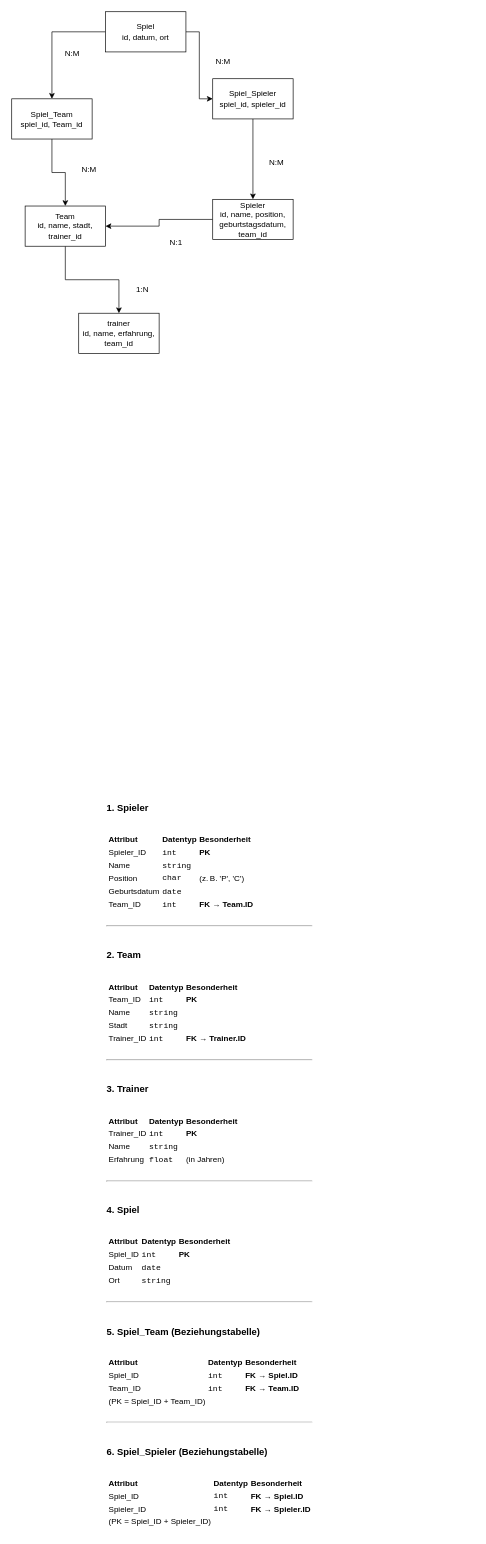
Above: KN-M-02/Unbenanntes Diagramm.drawio in noahburren/m165 (draw.io), before the change. Source tidied: cells renumbered, new cells numbered last; positions are measured from the earlier drawing's top-left corner, leaving out a move shared by most shapes. Both pictures are drawn from the tidied source at 67%, with x=0, y=0 at pixel (11, 11).
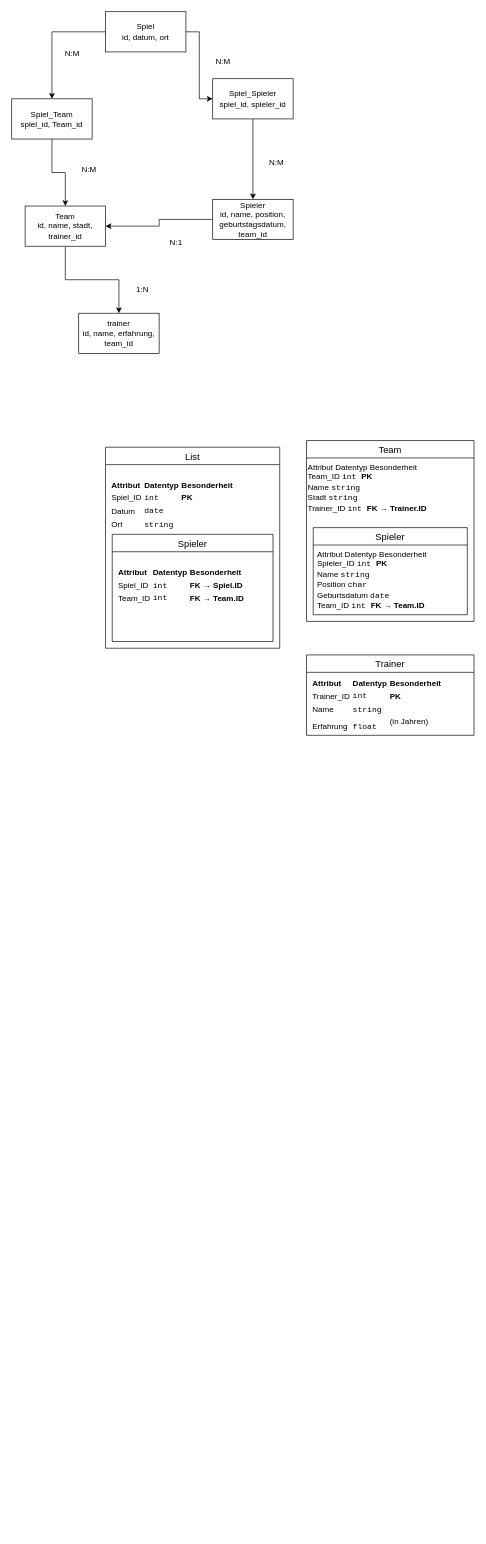
The same diagram, later.

What changed in the source:
```diff
@@
-    <mxCell id="20" value="&lt;h3&gt;&lt;strong&gt;1. Spieler&lt;/strong&gt;&lt;/h3&gt;&#10;&lt;div class=&quot;overflow-x-auto contain-inline-size&quot;&gt;&lt;table&gt;&lt;thead&gt;&lt;tr&gt;&lt;th&gt;Attribut&lt;/th&gt;&lt;th&gt;Datentyp&lt;/th&gt;&lt;th&gt;Besonderheit&lt;/th&gt;&lt;/tr&gt;&lt;/thead&gt;&lt;tbody&gt;&lt;tr&gt;&lt;td&gt;Spieler_ID&lt;/td&gt;&lt;td&gt;&lt;code&gt;int&lt;/code&gt;&lt;/td&gt;&lt;td&gt;&lt;strong&gt;PK&lt;/strong&gt;&lt;/td&gt;&lt;/tr&gt;&lt;tr&gt;&lt;td&gt;Name&lt;/td&gt;&lt;td&gt;&lt;code&gt;string&lt;/code&gt;&lt;/td&gt;&lt;td&gt;&lt;/td&gt;&lt;/tr&gt;&lt;tr&gt;&lt;td&gt;Position&lt;/td&gt;&lt;td&gt;&lt;code&gt;char&lt;/code&gt;&lt;/td&gt;&lt;td&gt;(z. B. 'P', 'C')&lt;/td&gt;&lt;/tr&gt;&lt;tr&gt;&lt;td&gt;Geburtsdatum&lt;/td&gt;&lt;td&gt;&lt;code&gt;date&lt;/code&gt;&lt;/td&gt;&lt;td&gt;&lt;/td&gt;&lt;/tr&gt;&lt;tr&gt;&lt;td&gt;Team_ID&lt;/td&gt;&lt;td&gt;&lt;code&gt;int&lt;/code&gt;&lt;/td&gt;&lt;td&gt;&lt;strong&gt;FK → Team.ID&lt;/strong&gt;&lt;/td&gt;&lt;/tr&gt;&lt;/tbody&gt;&lt;/table&gt;&lt;/div&gt;&#10;&lt;hr&gt;&#10;&lt;h3&gt;&lt;strong&gt;2. Team&lt;/strong&gt;&lt;/h3&gt;&#10;&lt;div class=&quot;overflow-x-auto contain-inline-size&quot;&gt;&lt;table&gt;&lt;thead&gt;&lt;tr&gt;&lt;th&gt;Attribut&lt;/th&gt;&lt;th&gt;Datentyp&lt;/th&gt;&lt;th&gt;Besonderheit&lt;/th&gt;&lt;/tr&gt;&lt;/thead&gt;&lt;tbody&gt;&lt;tr&gt;&lt;td&gt;Team_ID&lt;/td&gt;&lt;td&gt;&lt;code&gt;int&lt;/code&gt;&lt;/td&gt;&lt;td&gt;&lt;strong&gt;PK&lt;/strong&gt;&lt;/td&gt;&lt;/tr&gt;&lt;tr&gt;&lt;td&gt;Name&lt;/td&gt;&lt;td&gt;&lt;code&gt;string&lt;/code&gt;&lt;/td&gt;&lt;td&gt;&lt;/td&gt;&lt;/tr&gt;&lt;tr&gt;&lt;td&gt;Stadt&lt;/td&gt;&lt;td&gt;&lt;code&gt;string&lt;/code&gt;&lt;/td&gt;&lt;td&gt;&lt;/td&gt;&lt;/tr&gt;&lt;tr&gt;&lt;td&gt;Trainer_ID&lt;/td&gt;&lt;td&gt;&lt;code&gt;int&lt;/code&gt;&lt;/td&gt;&lt;td&gt;&lt;strong&gt;FK → Trainer.ID&lt;/strong&gt;&lt;/td&gt;&lt;/tr&gt;&lt;/tbody&gt;&lt;/table&gt;&lt;/div&gt;&#10;&lt;hr&gt;&#10;&lt;h3&gt;&lt;strong&gt;3. Trainer&lt;/strong&gt;&lt;/h3&gt;&#10;&lt;div class=&quot;overflow-x-auto contain-inline-size&quot;&gt;&lt;table&gt;&lt;thead&gt;&lt;tr&gt;&lt;th&gt;Attribut&lt;/th&gt;&lt;th&gt;Datentyp&lt;/th&gt;&lt;th&gt;Besonderheit&lt;/th&gt;&lt;/tr&gt;&lt;/thead&gt;&lt;tbody&gt;&lt;tr&gt;&lt;td&gt;Trainer_ID&lt;/td&gt;&lt;td&gt;&lt;code&gt;int&lt;/code&gt;&lt;/td&gt;&lt;td&gt;&lt;strong&gt;PK&lt;/strong&gt;&lt;/td&gt;&lt;/tr&gt;&lt;tr&gt;&lt;td&gt;Name&lt;/td&gt;&lt;td&gt;&lt;code&gt;string&lt;/code&gt;&lt;/td&gt;&lt;td&gt;&lt;/td&gt;&lt;/tr&gt;&lt;tr&gt;&lt;td&gt;Erfahrung&lt;/td&gt;&lt;td&gt;&lt;code&gt;float&lt;/code&gt;&lt;/td&gt;&lt;td&gt;(in Jahren)&lt;/td&gt;&lt;/tr&gt;&lt;/tbody&gt;&lt;/table&gt;&lt;/div&gt;&#10;&lt;hr&gt;&#10;&lt;h3&gt;&lt;strong&gt;4. Spiel&lt;/strong&gt;&lt;/h3&gt;&#10;&lt;div class=&quot;overflow-x-auto contain-inline-size&quot;&gt;&lt;table&gt;&lt;thead&gt;&lt;tr&gt;&lt;th&gt;Attribut&lt;/th&gt;&lt;th&gt;Datentyp&lt;/th&gt;&lt;th&gt;Besonderheit&lt;/th&gt;&lt;/tr&gt;&lt;/thead&gt;&lt;tbody&gt;&lt;tr&gt;&lt;td&gt;Spiel_ID&lt;/td&gt;&lt;td&gt;&lt;code&gt;int&lt;/code&gt;&lt;/td&gt;&lt;td&gt;&lt;strong&gt;PK&lt;/strong&gt;&lt;/td&gt;&lt;/tr&gt;&lt;tr&gt;&lt;td&gt;Datum&lt;/td&gt;&lt;td&gt;&lt;code&gt;date&lt;/code&gt;&lt;/td&gt;&lt;td&gt;&lt;/td&gt;&lt;/tr&gt;&lt;tr&gt;&lt;td&gt;Ort&lt;/td&gt;&lt;td&gt;&lt;code&gt;string&lt;/code&gt;&lt;/td&gt;&lt;td&gt;&lt;/td&gt;&lt;/tr&gt;&lt;/tbody&gt;&lt;/table&gt;&lt;/div&gt;&#10;&lt;hr&gt;&#10;&lt;h3&gt;&lt;strong&gt;5. Spiel_Team (Beziehungstabelle)&lt;/strong&gt;&lt;/h3&gt;&#10;&lt;div class=&quot;overflow-x-auto contain-inline-size&quot;&gt;&lt;table&gt;&lt;thead&gt;&lt;tr&gt;&lt;th&gt;Attribut&lt;/th&gt;&lt;th&gt;Datentyp&lt;/th&gt;&lt;th&gt;Besonderheit&lt;/th&gt;&lt;/tr&gt;&lt;/thead&gt;&lt;tbody&gt;&lt;tr&gt;&lt;td&gt;Spiel_ID&lt;/td&gt;&lt;td&gt;&lt;code&gt;int&lt;/code&gt;&lt;/td&gt;&lt;td&gt;&lt;strong&gt;FK → Spiel.ID&lt;/strong&gt;&lt;/td&gt;&lt;/tr&gt;&lt;tr&gt;&lt;td&gt;Team_ID&lt;/td&gt;&lt;td&gt;&lt;code&gt;int&lt;/code&gt;&lt;/td&gt;&lt;td&gt;&lt;strong&gt;FK → Team.ID&lt;/strong&gt;&lt;/td&gt;&lt;/tr&gt;&lt;tr&gt;&lt;td&gt;(PK = Spiel_ID + Team_ID)&lt;/td&gt;&lt;td&gt;&lt;/td&gt;&lt;td&gt;&lt;/td&gt;&lt;/tr&gt;&lt;/tbody&gt;&lt;/table&gt;&lt;/div&gt;&#10;&lt;hr&gt;&#10;&lt;h3&gt;&lt;strong&gt;6. Spiel_Spieler (Beziehungstabelle)&lt;/strong&gt;&lt;/h3&gt;&#10;&lt;div class=&quot;overflow-x-auto contain-inline-size&quot;&gt;&lt;table&gt;&lt;thead&gt;&lt;tr&gt;&lt;th&gt;Attribut&lt;/th&gt;&lt;th&gt;Datentyp&lt;/th&gt;&lt;th&gt;Besonderheit&lt;/th&gt;&lt;/tr&gt;&lt;/thead&gt;&lt;tbody&gt;&lt;tr&gt;&lt;td&gt;Spiel_ID&lt;/td&gt;&lt;td&gt;&lt;code&gt;int&lt;/code&gt;&lt;/td&gt;&lt;td&gt;&lt;strong&gt;FK → Spiel.ID&lt;/strong&gt;&lt;/td&gt;&lt;/tr&gt;&lt;tr&gt;&lt;td&gt;Spieler_ID&lt;/td&gt;&lt;td&gt;&lt;code&gt;int&lt;/code&gt;&lt;/td&gt;&lt;td&gt;&lt;strong&gt;FK → Spieler.ID&lt;/strong&gt;&lt;/td&gt;&lt;/tr&gt;&lt;tr&gt;&lt;td&gt;(PK = Spiel_ID + Spieler_ID)&lt;/td&gt;&lt;td&gt;&lt;/td&gt;&lt;td&gt;&lt;/td&gt;&lt;/tr&gt;&lt;/tbody&gt;&lt;/table&gt;&lt;/div&gt;" style="text;whiteSpace=wrap;html=1;" parent="1" vertex="1">
-      <mxGeometry x="140" y="1160" width="340" height="1110" as="geometry" />
-    </mxCell>
+    <mxCell id="21" value="Team" style="swimlane;fontStyle=0;horizontal=1;startSize=26;align=center;fontSize=14;" parent="1" vertex="1">
+      <mxGeometry x="440" y="640" width="250" height="270" as="geometry" />
+    </mxCell>
+    <mxCell id="22" value="Attribut Datentyp Besonderheit&lt;div&gt;Team_ID&amp;nbsp;&lt;code style=&quot;forced-color-adjust: none;&quot;&gt;int&amp;nbsp;&lt;/code&gt;&lt;strong style=&quot;forced-color-adjust: none;&quot;&gt;PK&lt;/strong&gt;&lt;/div&gt;&lt;div&gt;Name&amp;nbsp;&lt;code style=&quot;forced-color-adjust: none;&quot;&gt;string&amp;nbsp;&lt;/code&gt;&lt;/div&gt;&lt;div&gt;Stadt&amp;nbsp;&lt;code style=&quot;background-color: transparent; color: light-dark(rgb(0, 0, 0), rgb(255, 255, 255));&quot;&gt;string&lt;/code&gt;&lt;/div&gt;&lt;div&gt;&lt;span style=&quot;background-color: transparent; color: light-dark(rgb(0, 0, 0), rgb(255, 255, 255));&quot;&gt;Trainer_ID&amp;nbsp;&lt;/span&gt;&lt;code style=&quot;background-color: transparent; color: light-dark(rgb(0, 0, 0), rgb(255, 255, 255));&quot;&gt;int&amp;nbsp;&lt;/code&gt;&lt;strong style=&quot;background-color: transparent; color: light-dark(rgb(0, 0, 0), rgb(255, 255, 255));&quot;&gt;FK → Trainer.ID&lt;/strong&gt;&lt;/div&gt;" style="text;whiteSpace=wrap;html=1;" parent="21" vertex="1">
+      <mxGeometry y="26" width="250" height="244" as="geometry" />
+    </mxCell>
+    <mxCell id="23" value="Spieler" style="swimlane;fontStyle=0;horizontal=1;startSize=26;align=center;fontSize=14;" parent="1" vertex="1">
+      <mxGeometry x="450" y="770" width="230" height="130" as="geometry" />
+    </mxCell>
+    <mxCell id="24" value="Attribut Datentyp Besonderheit Spieler_ID&amp;nbsp;&lt;code&gt;int&amp;nbsp;&lt;/code&gt;&lt;strong&gt;PK&lt;/strong&gt;&lt;div&gt;&lt;span style=&quot;background-color: transparent; color: light-dark(rgb(0, 0, 0), rgb(255, 255, 255));&quot;&gt;Name&amp;nbsp;&lt;/span&gt;&lt;code style=&quot;background-color: transparent; color: light-dark(rgb(0, 0, 0), rgb(255, 255, 255));&quot;&gt;string&amp;nbsp;&lt;/code&gt;&lt;/div&gt;&lt;div&gt;&lt;span style=&quot;background-color: transparent; color: light-dark(rgb(0, 0, 0), rgb(255, 255, 255));&quot;&gt;Position&amp;nbsp;&lt;/span&gt;&lt;code style=&quot;background-color: transparent; color: light-dark(rgb(0, 0, 0), rgb(255, 255, 255));&quot;&gt;char&lt;/code&gt;&lt;/div&gt;&lt;div&gt;&lt;span style=&quot;background-color: transparent; color: light-dark(rgb(0, 0, 0), rgb(255, 255, 255));&quot;&gt;Geburtsdatum&amp;nbsp;&lt;/span&gt;&lt;code style=&quot;background-color: transparent; color: light-dark(rgb(0, 0, 0), rgb(255, 255, 255));&quot;&gt;date&lt;/code&gt;&lt;/div&gt;&lt;div&gt;&lt;span style=&quot;background-color: transparent; color: light-dark(rgb(0, 0, 0), rgb(255, 255, 255));&quot;&gt;Team_ID&amp;nbsp;&lt;/span&gt;&lt;code style=&quot;background-color: transparent; color: light-dark(rgb(0, 0, 0), rgb(255, 255, 255));&quot;&gt;int&amp;nbsp;&lt;/code&gt;&lt;strong style=&quot;background-color: transparent; color: light-dark(rgb(0, 0, 0), rgb(255, 255, 255));&quot;&gt;FK → Team.ID&lt;/strong&gt;&lt;/div&gt;" style="text;strokeColor=none;fillColor=none;spacingLeft=4;spacingRight=4;overflow=hidden;fontSize=12;whiteSpace=wrap;html=1;" parent="23" vertex="1">
+      <mxGeometry y="26" width="230" height="104" as="geometry" />
+    </mxCell>
+    <mxCell id="25" value="Trainer" style="swimlane;fontStyle=0;horizontal=1;startSize=26;align=center;fontSize=14;" parent="1" vertex="1">
+      <mxGeometry x="440" y="960" width="250" height="120" as="geometry" />
+    </mxCell>
+    <mxCell id="26" value="&lt;table&gt;&lt;thead&gt;&lt;tr&gt;&lt;th&gt;Attribut&lt;/th&gt;&lt;th&gt;Datentyp&lt;/th&gt;&lt;th&gt;Besonderheit&lt;/th&gt;&lt;/tr&gt;&lt;/thead&gt;&lt;tbody&gt;&lt;tr&gt;&lt;td&gt;Trainer_ID&lt;/td&gt;&lt;td&gt;&lt;code&gt;int&lt;/code&gt;&lt;/td&gt;&lt;td&gt;&lt;strong&gt;PK&lt;/strong&gt;&lt;/td&gt;&lt;/tr&gt;&lt;tr&gt;&lt;td&gt;Name&lt;/td&gt;&lt;td&gt;&lt;code&gt;string&lt;/code&gt;&lt;/td&gt;&lt;td&gt;&lt;/td&gt;&lt;/tr&gt;&lt;tr&gt;&lt;td&gt;Erfahrung&lt;/td&gt;&lt;td&gt;&lt;code&gt;float&lt;/code&gt;&lt;/td&gt;&lt;td&gt;(in Jahren)&lt;br&gt;&lt;br&gt;&lt;/td&gt;&lt;/tr&gt;&lt;/tbody&gt;&lt;/table&gt;" style="text;strokeColor=none;fillColor=none;spacingLeft=4;spacingRight=4;overflow=hidden;fontSize=12;whiteSpace=wrap;html=1;" parent="25" vertex="1">
+      <mxGeometry y="26" width="250" height="94" as="geometry" />
+    </mxCell>
+    <mxCell id="27" value="List" style="swimlane;fontStyle=0;horizontal=1;startSize=26;align=center;fontSize=14;" parent="1" vertex="1">
+      <mxGeometry x="140" y="650" width="260" height="300" as="geometry" />
+    </mxCell>
+    <mxCell id="28" value="&lt;br&gt;&lt;div&gt;&lt;table&gt;&lt;thead&gt;&lt;tr&gt;&lt;th&gt;Attribut&lt;/th&gt;&lt;th&gt;Datentyp&lt;/th&gt;&lt;th&gt;Besonderheit&lt;/th&gt;&lt;/tr&gt;&lt;/thead&gt;&lt;tbody&gt;&lt;tr&gt;&lt;td&gt;Spiel_ID&lt;/td&gt;&lt;td&gt;&lt;code&gt;int&lt;/code&gt;&lt;/td&gt;&lt;td&gt;&lt;strong&gt;PK&lt;/strong&gt;&lt;/td&gt;&lt;/tr&gt;&lt;tr&gt;&lt;td&gt;Datum&lt;/td&gt;&lt;td&gt;&lt;code&gt;date&lt;/code&gt;&lt;/td&gt;&lt;td&gt;&lt;/td&gt;&lt;/tr&gt;&lt;tr&gt;&lt;td&gt;Ort&lt;/td&gt;&lt;td&gt;&lt;code&gt;string&lt;/code&gt;&lt;/td&gt;&lt;/tr&gt;&lt;/tbody&gt;&lt;/table&gt;&lt;/div&gt;" style="text;strokeColor=none;fillColor=none;spacingLeft=4;spacingRight=4;overflow=hidden;fontSize=12;whiteSpace=wrap;html=1;" parent="27" vertex="1">
+      <mxGeometry y="26" width="260" height="274" as="geometry" />
+    </mxCell>
+    <mxCell id="29" value="Spieler" style="swimlane;fontStyle=0;horizontal=1;startSize=26;align=center;fontSize=14;" parent="1" vertex="1">
+      <mxGeometry x="150" y="780" width="240" height="160" as="geometry" />
+    </mxCell>
+    <mxCell id="30" value="&lt;br&gt;&lt;div&gt;&lt;table&gt;&lt;thead&gt;&lt;tr&gt;&lt;th&gt;Attribut&lt;/th&gt;&lt;th&gt;Datentyp&lt;/th&gt;&lt;th&gt;Besonderheit&lt;/th&gt;&lt;/tr&gt;&lt;/thead&gt;&lt;tbody&gt;&lt;tr&gt;&lt;td&gt;Spiel_ID&lt;/td&gt;&lt;td&gt;&lt;code&gt;int&lt;/code&gt;&lt;/td&gt;&lt;td&gt;&lt;strong&gt;FK → Spiel.ID&lt;/strong&gt;&lt;/td&gt;&lt;/tr&gt;&lt;tr&gt;&lt;td&gt;Team_ID&lt;/td&gt;&lt;td&gt;&lt;code&gt;int&lt;/code&gt;&lt;/td&gt;&lt;td&gt;&lt;strong&gt;FK → Team.ID&lt;/strong&gt;&lt;/td&gt;&lt;/tr&gt;&lt;tr&gt;&lt;td&gt;&lt;br&gt;&lt;/td&gt;&lt;td&gt;&lt;/td&gt;&lt;/tr&gt;&lt;/tbody&gt;&lt;/table&gt;&lt;/div&gt;" style="text;strokeColor=none;fillColor=none;spacingLeft=4;spacingRight=4;overflow=hidden;fontSize=12;whiteSpace=wrap;html=1;" parent="29" vertex="1">
+      <mxGeometry y="26" width="240" height="134" as="geometry" />
+    </mxCell>
```
